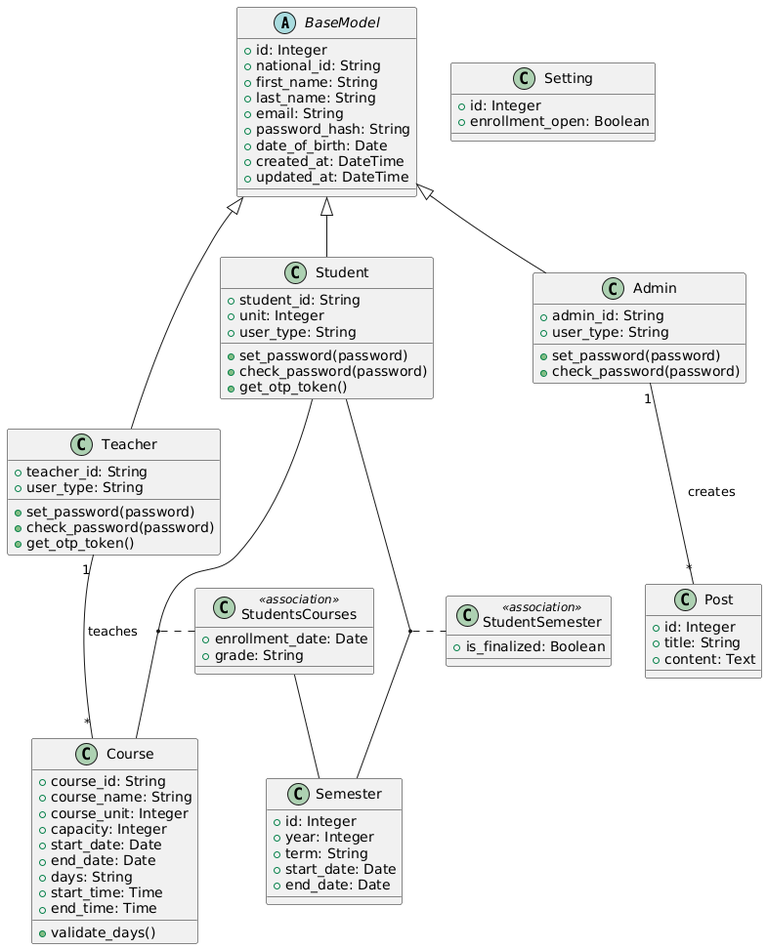
The PlantUML diagram docs/UML.png in lhiradi/educational-system, before a commit.
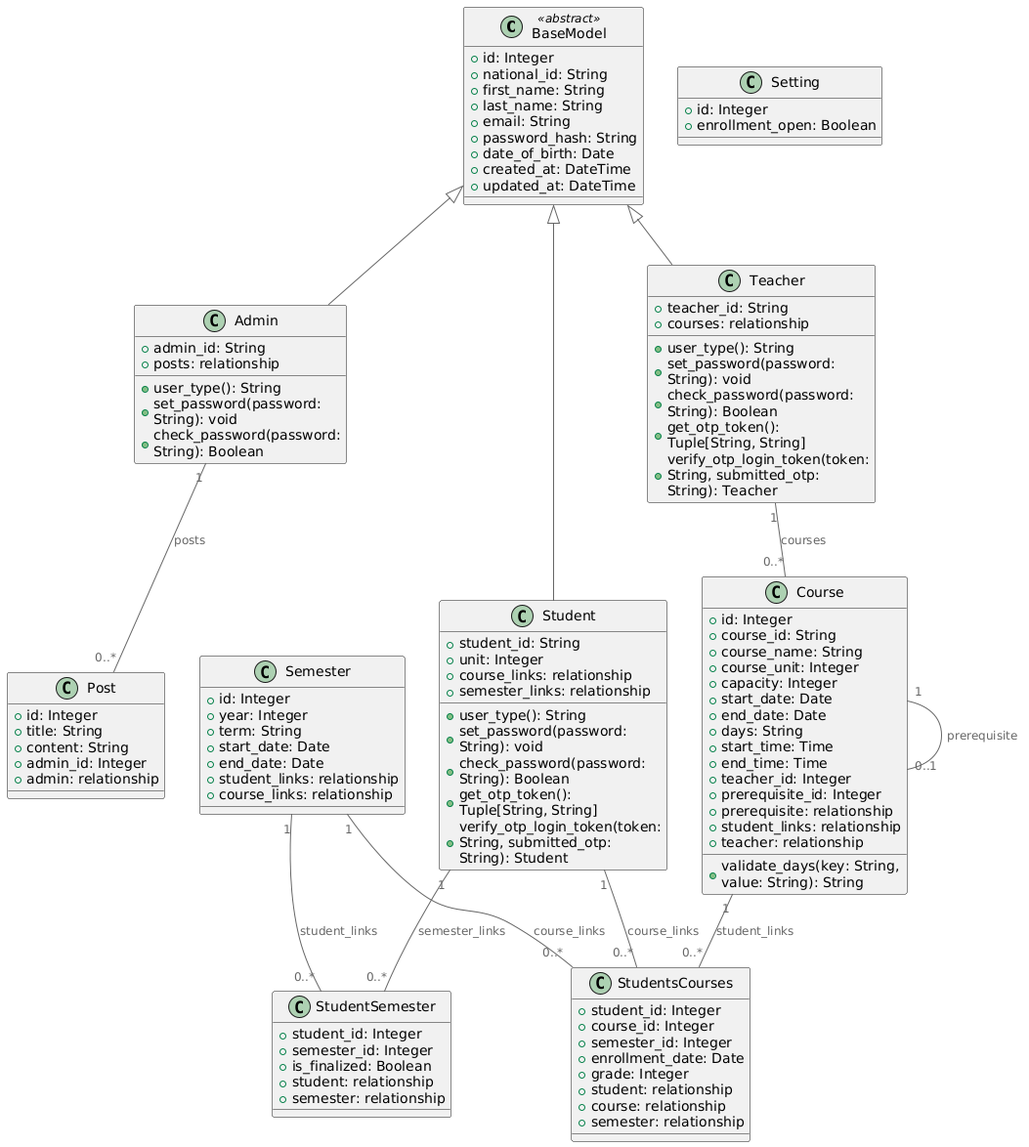
Later version of the same file.

What changed in the source:
```diff
@@ -1,92 +1,116 @@
 @startuml
+!define V1_UML
+!include https://raw.githubusercontent.com/plantuml-stdlib/C4-PlantUML/master/C4_Container.puml
 
-abstract class BaseModel {
-  + id: Integer
-  + national_id: String
-  + first_name: String
-  + last_name: String
-  + email: String
-  + password_hash: String
-  + date_of_birth: Date
-  + created_at: DateTime
-  + updated_at: DateTime
+class BaseModel <<abstract>> {
+  +id: Integer
+  +national_id: String
+  +first_name: String
+  +last_name: String
+  +email: String
+  +password_hash: String
+  +date_of_birth: Date
+  +created_at: DateTime
+  +updated_at: DateTime
 }
 
-class Student {
-  + student_id: String
-  + unit: Integer
-  + user_type: String
-  + set_password(password)
-  + check_password(password)
-  + get_otp_token()
-}
-
-class Teacher {
-  + teacher_id: String
-  + user_type: String
-  + set_password(password)
-  + check_password(password)
-  + get_otp_token()
-}
-
-class Admin {
-  + admin_id: String
-  + user_type: String
-  + set_password(password)
-  + check_password(password)
+class Admin extends BaseModel {
+  +admin_id: String
+  +posts: relationship
+  +user_type(): String
+  +set_password(password: String): void
+  +check_password(password: String): Boolean
 }
 
 class Course {
-  + course_id: String
-  + course_name: String
-  + course_unit: Integer
-  + capacity: Integer
-  + start_date: Date
-  + end_date: Date
-  + days: String
-  + start_time: Time
-  + end_time: Time
-  + validate_days()
+  +id: Integer
+  +course_id: String
+  +course_name: String
+  +course_unit: Integer
+  +capacity: Integer
+  +start_date: Date
+  +end_date: Date
+  +days: String
+  +start_time: Time
+  +end_time: Time
+  +teacher_id: Integer
+  +prerequisite_id: Integer
+  +prerequisite: relationship
+  +student_links: relationship
+  +teacher: relationship
+  +validate_days(key: String, value: String): String
+}
+
+class Post {
+  +id: Integer
+  +title: String
+  +content: String
+  +admin_id: Integer
+  +admin: relationship
 }
 
 class Semester {
-  + id: Integer
-  + year: Integer
-  + term: String
-  + start_date: Date
-  + end_date: Date
-}
-
-class Post {
-  + id: Integer
-  + title: String
-  + content: Text
+  +id: Integer
+  +year: Integer
+  +term: String
+  +start_date: Date
+  +end_date: Date
+  +student_links: relationship
+  +course_links: relationship
 }
 
 class Setting {
-    + id: Integer
-    + enrollment_open: Boolean
+  +id: Integer
+  +enrollment_open: Boolean
 }
 
-class StudentsCourses <<association>> {
-  + enrollment_date: Date
-  + grade: String
+class Student extends BaseModel {
+  +student_id: String
+  +unit: Integer
+  +course_links: relationship
+  +semester_links: relationship
+  +user_type(): String
+  +set_password(password: String): void
+  +check_password(password: String): Boolean
+  +get_otp_token(): Tuple[String, String]
+  +verify_otp_login_token(token: String, submitted_otp: String): Student
 }
 
-class StudentSemester <<association>> {
-  + is_finalized: Boolean
+class StudentSemester {
+  +student_id: Integer
+  +semester_id: Integer
+  +is_finalized: Boolean
+  +student: relationship
+  +semester: relationship
 }
 
+class StudentsCourses {
+  +student_id: Integer
+  +course_id: Integer
+  +semester_id: Integer
+  +enrollment_date: Date
+  +grade: Integer
+  +student: relationship
+  +course: relationship
+  +semester: relationship
+}
 
-BaseModel <|-- Student
-BaseModel <|-- Teacher
-BaseModel <|-- Admin
+class Teacher extends BaseModel {
+  +teacher_id: String
+  +courses: relationship
+  +user_type(): String
+  +set_password(password: String): void
+  +check_password(password: String): Boolean
+  +get_otp_token(): Tuple[String, String]
+  +verify_otp_login_token(token: String, submitted_otp: String): Teacher
+}
 
-Teacher "1" -- "*" Course : "teaches"
-Admin "1" -- "*" Post : "creates"
-
-(Student, Course) .. StudentsCourses
-StudentsCourses -- Semester
-
-(Student, Semester) .. StudentSemester
+Admin "1" -- "0..*" Post : posts
+Course "1" -- "0..1" Course : prerequisite
+Course "1" -- "0..*" StudentsCourses : student_links
+Semester "1" -- "0..*" StudentSemester : student_links
+Semester "1" -- "0..*" StudentsCourses : course_links
+Student "1" -- "0..*" StudentSemester : semester_links
+Student "1" -- "0..*" StudentsCourses : course_links
+Teacher "1" -- "0..*" Course : courses
 @enduml
```
